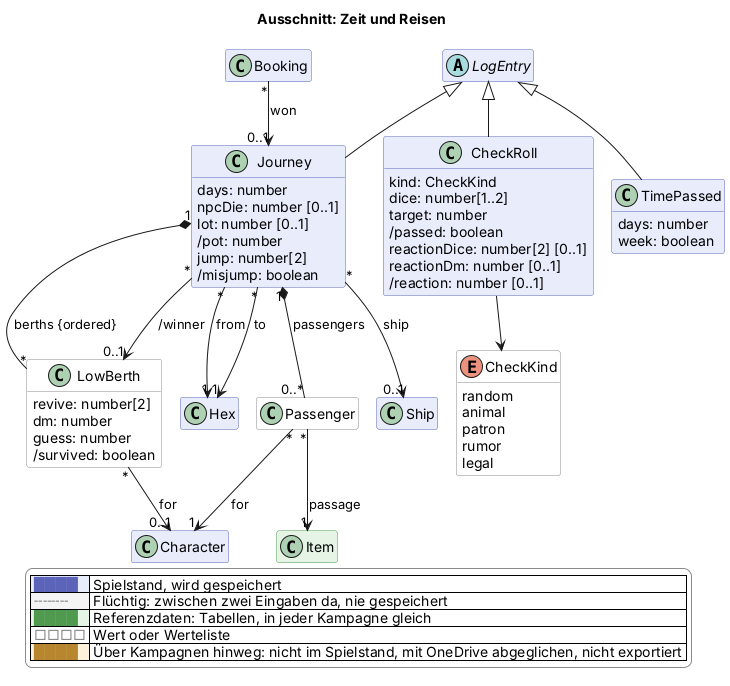
The PlantUML diagram docs/views/reise.png in scuzzar/SRE, before a commit.
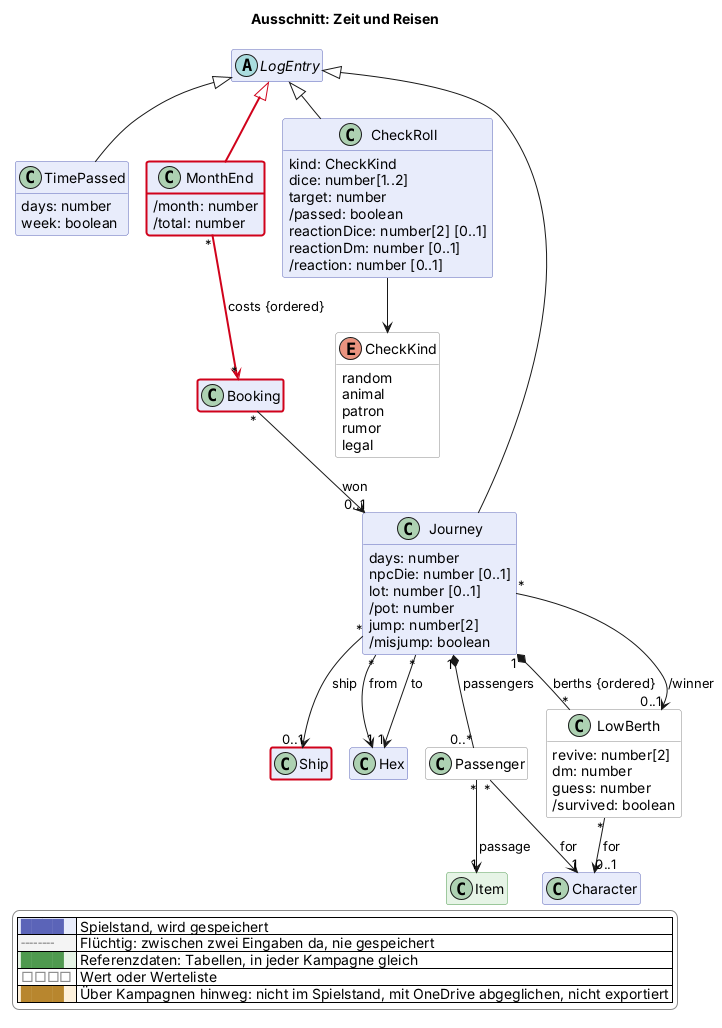
Later version of the same file.

The edit, as a diff of the source:
```diff
@@ -83,6 +83,10 @@
     days: number
     week: boolean
   }
+  class MonthEnd $reise $newClass("2026-11-17b") {
+    /month: number
+    /total: number
+  }
   class CheckRoll $reise {
     kind: CheckKind
     dice: number[1..2]
@@ -134,6 +138,8 @@
 LowBerth "*" --> "0..1" Character : for
 Journey "*" --> "0..1" LowBerth : /winner
 Journey "*" --> "0..1" Ship : ship
+LogEntry <|-$newArrow("2026-11-17b")- MonthEnd
+MonthEnd "*" -$newArrow("2026-11-17b")-> "*" Booking : costs {ordered}
 Booking "*" --> "0..1" Journey : won
 
 
@@ -154,4 +160,6 @@
   |<#ffffff> <color:#8a8a8a>□□□□</color> | Wert oder Werteliste |
   |<#fdf1dc> <color:#b8862e>████</color> | Über Kampagnen hinweg: nicht im Spielstand, mit OneDrive abgeglichen, nicht exportiert |
 endlegend
+class Booking #line:d0021b;line.bold
+class Ship #line:d0021b;line.bold
 @enduml
```
